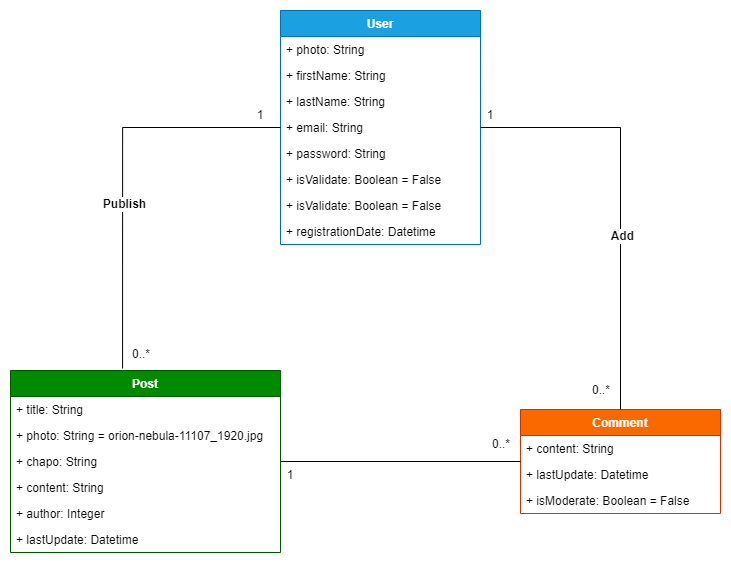
ashk74/P5_blog keeps this draw.io diagram as diagrams/class/class_diagram.png. Above is the earlier version. Source tidied: cells renumbered, new cells last; positions are measured from the earlier drawing's top-left corner, leaving out a move shared by most shapes. The source it was exported from:
```xml
<mxGraphModel>
  <root>
    <mxCell id="0" />
    <mxCell id="1" parent="0" />
    <mxCell id="2" value="User" style="swimlane;fontStyle=1;horizontal=1;startSize=26;fillColor=#1ba1e2;strokeColor=#006EAF;fontColor=#ffffff;" parent="1" vertex="1">
      <mxGeometry x="270" width="200" height="234" as="geometry" />
    </mxCell>
    <mxCell id="3" value="+ photo: String" style="text;strokeColor=none;fillColor=none;align=left;verticalAlign=top;spacingLeft=4;spacingRight=4;overflow=hidden;" parent="2" vertex="1">
      <mxGeometry y="26" width="200" height="26" as="geometry" />
    </mxCell>
    <mxCell id="4" value="+ firstName: String" style="text;strokeColor=none;fillColor=none;align=left;verticalAlign=top;spacingLeft=4;spacingRight=4;overflow=hidden;" parent="2" vertex="1">
      <mxGeometry y="52" width="200" height="26" as="geometry" />
    </mxCell>
    <mxCell id="5" value="+ lastName: String" style="text;strokeColor=none;fillColor=none;align=left;verticalAlign=top;spacingLeft=4;spacingRight=4;overflow=hidden;" parent="2" vertex="1">
      <mxGeometry y="78" width="200" height="26" as="geometry" />
    </mxCell>
    <mxCell id="6" value="+ email: String" style="text;strokeColor=none;fillColor=none;align=left;verticalAlign=top;spacingLeft=4;spacingRight=4;overflow=hidden;points=[[0,0.5],[1,0.5]];portConstraint=eastwest;" parent="2" vertex="1">
      <mxGeometry y="104" width="200" height="26" as="geometry" />
    </mxCell>
    <mxCell id="7" value="+ password: String" style="text;strokeColor=none;fillColor=none;align=left;verticalAlign=top;spacingLeft=4;spacingRight=4;overflow=hidden;" parent="2" vertex="1">
      <mxGeometry y="130" width="200" height="26" as="geometry" />
    </mxCell>
    <mxCell id="8" value="+ isValidate: Boolean = False" style="text;strokeColor=none;fillColor=none;align=left;verticalAlign=top;spacingLeft=4;spacingRight=4;overflow=hidden;" parent="2" vertex="1">
      <mxGeometry y="156" width="200" height="26" as="geometry" />
    </mxCell>
    <mxCell id="9" value="+ isValidate: Boolean = False" style="text;strokeColor=none;fillColor=none;align=left;verticalAlign=top;spacingLeft=4;spacingRight=4;overflow=hidden;" parent="2" vertex="1">
      <mxGeometry y="182" width="200" height="26" as="geometry" />
    </mxCell>
    <mxCell id="10" value="+ registrationDate: Datetime" style="text;strokeColor=none;fillColor=none;align=left;verticalAlign=top;spacingLeft=4;spacingRight=4;overflow=hidden;" parent="2" vertex="1">
      <mxGeometry y="208" width="200" height="26" as="geometry" />
    </mxCell>
    <mxCell id="11" value="Comment" style="swimlane;fontStyle=1;horizontal=1;startSize=26;fillColor=#fa6800;strokeColor=#C73500;fontColor=#FFFFFF;" parent="1" vertex="1">
      <mxGeometry x="510" y="399" width="200" height="104" as="geometry" />
    </mxCell>
    <mxCell id="12" value="+ content: String" style="text;strokeColor=none;fillColor=none;align=left;verticalAlign=top;spacingLeft=4;spacingRight=4;overflow=hidden;" parent="11" vertex="1">
      <mxGeometry y="26" width="200" height="26" as="geometry" />
    </mxCell>
    <mxCell id="13" value="+ lastUpdate: Datetime" style="text;strokeColor=none;fillColor=none;align=left;verticalAlign=top;spacingLeft=4;spacingRight=4;overflow=hidden;" parent="11" vertex="1">
      <mxGeometry y="52" width="200" height="26" as="geometry" />
    </mxCell>
    <mxCell id="14" value="+ isModerate: Boolean = False" style="text;strokeColor=none;fillColor=none;align=left;verticalAlign=top;spacingLeft=4;spacingRight=4;overflow=hidden;" parent="11" vertex="1">
      <mxGeometry y="78" width="200" height="26" as="geometry" />
    </mxCell>
    <mxCell id="15" value="Post" style="swimlane;fontStyle=1;horizontal=1;startSize=26;fillColor=#008a00;strokeColor=#005700;fontColor=#ffffff;" parent="1" vertex="1">
      <mxGeometry y="360" width="270" height="182" as="geometry" />
    </mxCell>
    <mxCell id="16" value="+ title: String" style="text;strokeColor=none;fillColor=none;align=left;verticalAlign=top;spacingLeft=4;spacingRight=4;overflow=hidden;" parent="15" vertex="1">
      <mxGeometry y="26" width="270" height="26" as="geometry" />
    </mxCell>
    <mxCell id="17" value="+ photo: String = orion-nebula-11107_1920.jpg" style="text;strokeColor=none;fillColor=none;align=left;verticalAlign=top;spacingLeft=4;spacingRight=4;overflow=hidden;" parent="15" vertex="1">
      <mxGeometry y="52" width="270" height="26" as="geometry" />
    </mxCell>
    <mxCell id="18" value="+ chapo: String" style="text;strokeColor=none;fillColor=none;align=left;verticalAlign=top;spacingLeft=4;spacingRight=4;overflow=hidden;" parent="15" vertex="1">
      <mxGeometry y="78" width="270" height="26" as="geometry" />
    </mxCell>
    <mxCell id="19" value="+ content: String" style="text;strokeColor=none;fillColor=none;align=left;verticalAlign=top;spacingLeft=4;spacingRight=4;overflow=hidden;" parent="15" vertex="1">
      <mxGeometry y="104" width="270" height="26" as="geometry" />
    </mxCell>
    <mxCell id="20" value="+ author: Integer" style="text;strokeColor=none;fillColor=none;align=left;verticalAlign=top;spacingLeft=4;spacingRight=4;overflow=hidden;" parent="15" vertex="1">
      <mxGeometry y="130" width="270" height="26" as="geometry" />
    </mxCell>
    <mxCell id="21" value="+ lastUpdate: Datetime" style="text;strokeColor=none;fillColor=none;align=left;verticalAlign=top;spacingLeft=4;spacingRight=4;overflow=hidden;" parent="15" vertex="1">
      <mxGeometry y="156" width="270" height="26" as="geometry" />
    </mxCell>
    <mxCell id="22" value="&lt;span style=&quot;color: rgb(0 , 0 , 0) ; font-size: 12px&quot;&gt;0..*&lt;/span&gt;" style="endArrow=none;endFill=0;html=1;edgeStyle=orthogonalEdgeStyle;align=left;verticalAlign=top;rounded=0;fontColor=#FFFFFF;exitX=0.415;exitY=-0.011;exitDx=0;exitDy=0;exitPerimeter=0;entryX=0;entryY=0.5;entryDx=0;entryDy=0;" parent="1" edge="1" source="15" target="6">
      <mxGeometry x="-0.86" y="-8" relative="1" as="geometry" />
    </mxCell>
    <mxCell id="23" value="1" style="edgeLabel;html=1;align=left;verticalAlign=bottom;fontColor=#FFFFFF;" parent="22" vertex="1">
      <mxGeometry x="-1" relative="1" as="geometry" />
    </mxCell>
    <mxCell id="24" value="&lt;font color=&quot;#000000&quot; style=&quot;font-size: 12px;&quot;&gt;Publish&lt;/font&gt;" style="edgeLabel;html=1;align=center;verticalAlign=middle;fontColor=#FFFFFF;fontSize=12;fontStyle=1;" parent="22" vertex="1">
      <mxGeometry x="-0.18" y="-1" relative="1" as="geometry" />
    </mxCell>
    <mxCell id="25" value="1" style="text;html=1;strokeColor=none;fillColor=none;align=center;verticalAlign=middle;whiteSpace=wrap;rounded=0;fontSize=12;fontColor=#000000;" parent="1" vertex="1">
      <mxGeometry x="220" y="90" width="60" height="30" as="geometry" />
    </mxCell>
    <mxCell id="26" value="&lt;span style=&quot;color: rgb(0 , 0 , 0) ; font-size: 12px&quot;&gt;0..*&lt;/span&gt;" style="endArrow=none;endFill=0;html=1;edgeStyle=orthogonalEdgeStyle;align=left;verticalAlign=top;rounded=0;fontColor=#FFFFFF;entryX=1;entryY=0.5;entryDx=0;entryDy=0;exitX=0.5;exitY=0;exitDx=0;exitDy=0;" parent="1" edge="1" source="11" target="6">
      <mxGeometry x="-0.84" y="30" relative="1" as="geometry" />
    </mxCell>
    <mxCell id="27" value="1" style="edgeLabel;html=1;align=left;verticalAlign=bottom;fontColor=#FFFFFF;" parent="26" vertex="1">
      <mxGeometry x="-1" relative="1" as="geometry" />
    </mxCell>
    <mxCell id="28" value="&lt;font color=&quot;#000000&quot; style=&quot;font-size: 12px&quot;&gt;Add&lt;/font&gt;" style="edgeLabel;html=1;align=center;verticalAlign=middle;fontColor=#FFFFFF;fontSize=12;fontStyle=1;" parent="26" vertex="1">
      <mxGeometry x="-0.18" y="-1" relative="1" as="geometry" />
    </mxCell>
    <mxCell id="29" value="1" style="text;html=1;strokeColor=none;fillColor=none;align=center;verticalAlign=middle;whiteSpace=wrap;rounded=0;fontSize=12;fontColor=#000000;" parent="1" vertex="1">
      <mxGeometry x="450" y="90" width="60" height="30" as="geometry" />
    </mxCell>
    <mxCell id="30" value="&lt;span style=&quot;color: rgb(0 , 0 , 0) ; font-size: 12px&quot;&gt;0..*&lt;/span&gt;" style="endArrow=none;endFill=0;html=1;edgeStyle=orthogonalEdgeStyle;align=left;verticalAlign=top;rounded=0;fontColor=#FFFFFF;fontSize=12;" parent="1" edge="1" source="15" target="11">
      <mxGeometry x="0.75" y="31" relative="1" as="geometry" />
    </mxCell>
    <mxCell id="31" value="1" style="edgeLabel;html=1;align=left;verticalAlign=bottom;fontColor=#FFFFFF;" parent="30" vertex="1">
      <mxGeometry x="-1" relative="1" as="geometry" />
    </mxCell>
    <mxCell id="32" value="1" style="text;html=1;strokeColor=none;fillColor=none;align=center;verticalAlign=middle;whiteSpace=wrap;rounded=0;fontSize=12;fontColor=#000000;" parent="1" vertex="1">
      <mxGeometry x="250" y="450" width="60" height="30" as="geometry" />
    </mxCell>
  </root>
</mxGraphModel>
```
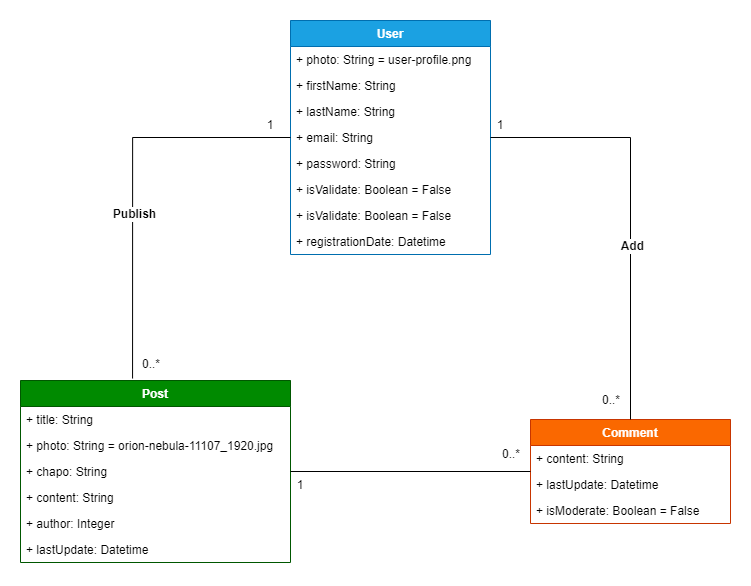
The same file after the commit.

Commit message:
Add sequence diagrams + update class diagram

Change to the diagram source:
```diff
@@ -5,7 +5,7 @@
     <mxCell id="2" value="User" style="swimlane;fontStyle=1;horizontal=1;startSize=26;fillColor=#1ba1e2;strokeColor=#006EAF;fontColor=#ffffff;" parent="1" vertex="1">
       <mxGeometry x="270" width="200" height="234" as="geometry" />
     </mxCell>
-    <mxCell id="3" value="+ photo: String" style="text;strokeColor=none;fillColor=none;align=left;verticalAlign=top;spacingLeft=4;spacingRight=4;overflow=hidden;" parent="2" vertex="1">
+    <mxCell id="3" value="+ photo: String = user-profile.png" style="text;strokeColor=none;fillColor=none;align=left;verticalAlign=top;spacingLeft=4;spacingRight=4;overflow=hidden;" parent="2" vertex="1">
       <mxGeometry y="26" width="200" height="26" as="geometry" />
     </mxCell>
     <mxCell id="4" value="+ firstName: String" style="text;strokeColor=none;fillColor=none;align=left;verticalAlign=top;spacingLeft=4;spacingRight=4;overflow=hidden;" parent="2" vertex="1">
```
